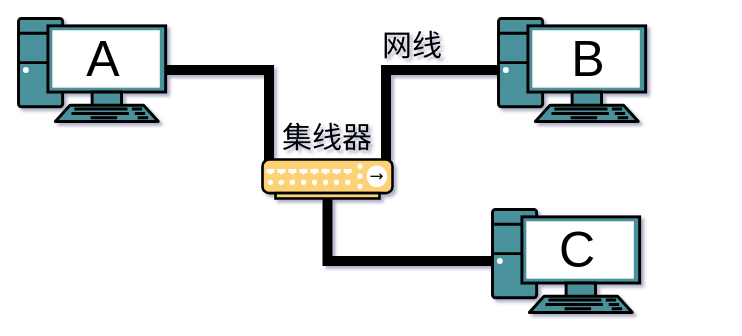
xiaobaiTech/image keeps this draw.io diagram as network/集线器互联.drawio. Above is the earlier version. Source tidied: cells renumbered, new cells numbered last; positions are measured from the earlier drawing's top-left corner, leaving out a move shared by most shapes. Both pictures are drawn from the tidied source at 100%, with x=0, y=0 at pixel (18, 18).
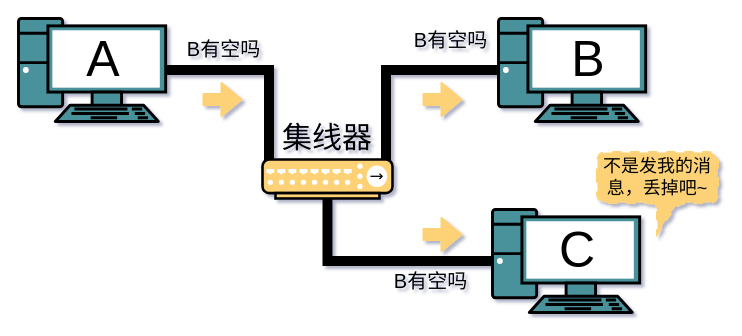
After the change.

Commit message:
Update 集线器互联.drawio

Change to the diagram source:
```diff
@@
-    <mxCell id="8" value="&lt;font style=&quot;font-size: 30px&quot;&gt;网线&lt;/font&gt;" style="text;html=1;strokeColor=none;fillColor=none;align=center;verticalAlign=middle;whiteSpace=wrap;rounded=0;" parent="1" vertex="1">
-      <mxGeometry x="344" y="11" width="100" height="31" as="geometry" />
-    </mxCell>
@@
+    <mxCell id="14" style="shape=flexArrow;endArrow=classic;html=1;strokeWidth=2;fillColor=#FDD276;strokeColor=#FDD276;" parent="1" edge="1">
+      <mxGeometry relative="1" as="geometry">
+        <mxPoint x="184" y="81" as="sourcePoint" />
+        <mxPoint x="224" y="81" as="targetPoint" />
+      </mxGeometry>
+    </mxCell>
+    <mxCell id="15" value="&lt;font style=&quot;font-size: 20px&quot;&gt;B有空吗&lt;/font&gt;" style="text;html=1;strokeColor=none;fillColor=none;align=center;verticalAlign=middle;whiteSpace=wrap;rounded=0;" parent="1" vertex="1">
+      <mxGeometry x="147.2" y="9" width="116.8" height="41" as="geometry" />
+    </mxCell>
+    <mxCell id="16" value="&lt;font style=&quot;font-size: 20px&quot;&gt;B有空吗&lt;/font&gt;" style="text;html=1;strokeColor=none;fillColor=none;align=center;verticalAlign=middle;whiteSpace=wrap;rounded=0;" parent="1" vertex="1">
+      <mxGeometry x="374" width="116.8" height="41" as="geometry" />
+    </mxCell>
+    <mxCell id="17" style="shape=flexArrow;endArrow=classic;html=1;strokeWidth=2;fillColor=#FDD276;strokeColor=#FDD276;" parent="1" edge="1">
+      <mxGeometry relative="1" as="geometry">
+        <mxPoint x="404" y="81" as="sourcePoint" />
+        <mxPoint x="444" y="81" as="targetPoint" />
+      </mxGeometry>
+    </mxCell>
+    <mxCell id="18" value="&lt;font style=&quot;font-size: 20px&quot;&gt;B有空吗&lt;/font&gt;" style="text;html=1;strokeColor=none;fillColor=none;align=center;verticalAlign=middle;whiteSpace=wrap;rounded=0;" parent="1" vertex="1">
+      <mxGeometry x="354" y="241" width="116.8" height="41" as="geometry" />
+    </mxCell>
+    <mxCell id="19" style="shape=flexArrow;endArrow=classic;html=1;strokeWidth=2;strokeColor=#FDD276;fillColor=#FDD276;" parent="1" edge="1">
+      <mxGeometry relative="1" as="geometry">
+        <mxPoint x="404" y="216" as="sourcePoint" />
+        <mxPoint x="444" y="216" as="targetPoint" />
+      </mxGeometry>
+    </mxCell>
+    <mxCell id="20" value="&lt;font style=&quot;font-size: 18px&quot;&gt;不是发我的消息，丢掉吧~&lt;/font&gt;" style="shape=callout;whiteSpace=wrap;html=1;perimeter=calloutPerimeter;fillColor=#FDD276;dashed=1;rounded=1;strokeColor=#FDD276;strokeWidth=3;" parent="1" vertex="1">
+      <mxGeometry x="579" y="134" width="120" height="80" as="geometry" />
+    </mxCell>
```
